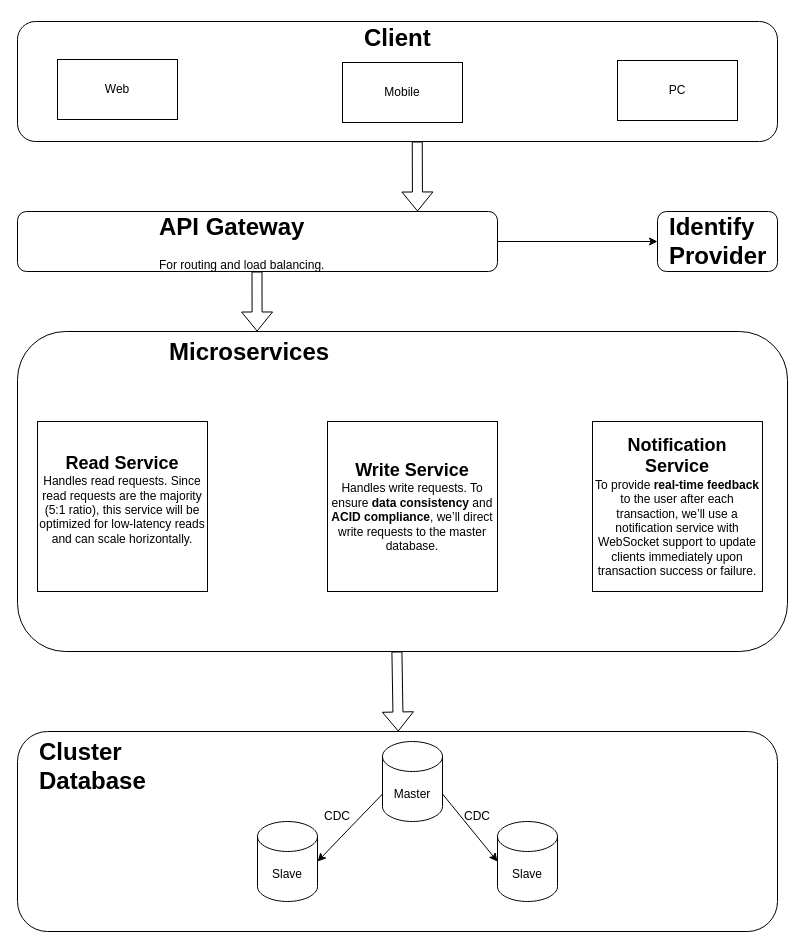
This is Untitled Diagram.drawio from lancn95/Serverless-lambda, a draw.io file, before an edit. Source tidied: cells renumbered, new cells numbered last; positions are measured from the earlier drawing's top-left corner, leaving out a move shared by most shapes. Both pictures are drawn from the tidied source at 100%, with x=0, y=0 at pixel (17, 17). Pictures stored in the file or linked from it are replaced by grey dashed boxes.
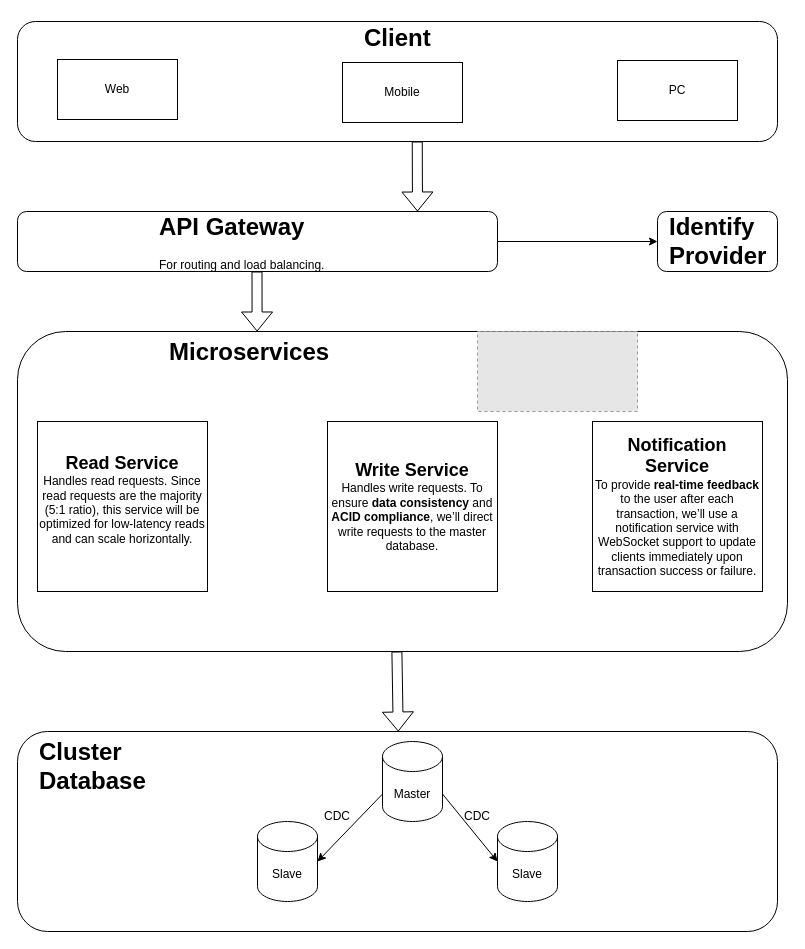
After the change.

Change to the diagram source:
```diff
@@
+    <mxCell id="29" style="fillColor=#E6E6E6;strokeColor=#999999;dashed=1;verticalLabelPosition=bottom;verticalAlign=top;" parent="1" vertex="1">
+      <mxGeometry x="460" y="314" width="160" height="80" as="geometry" />
+    </mxCell>
```
